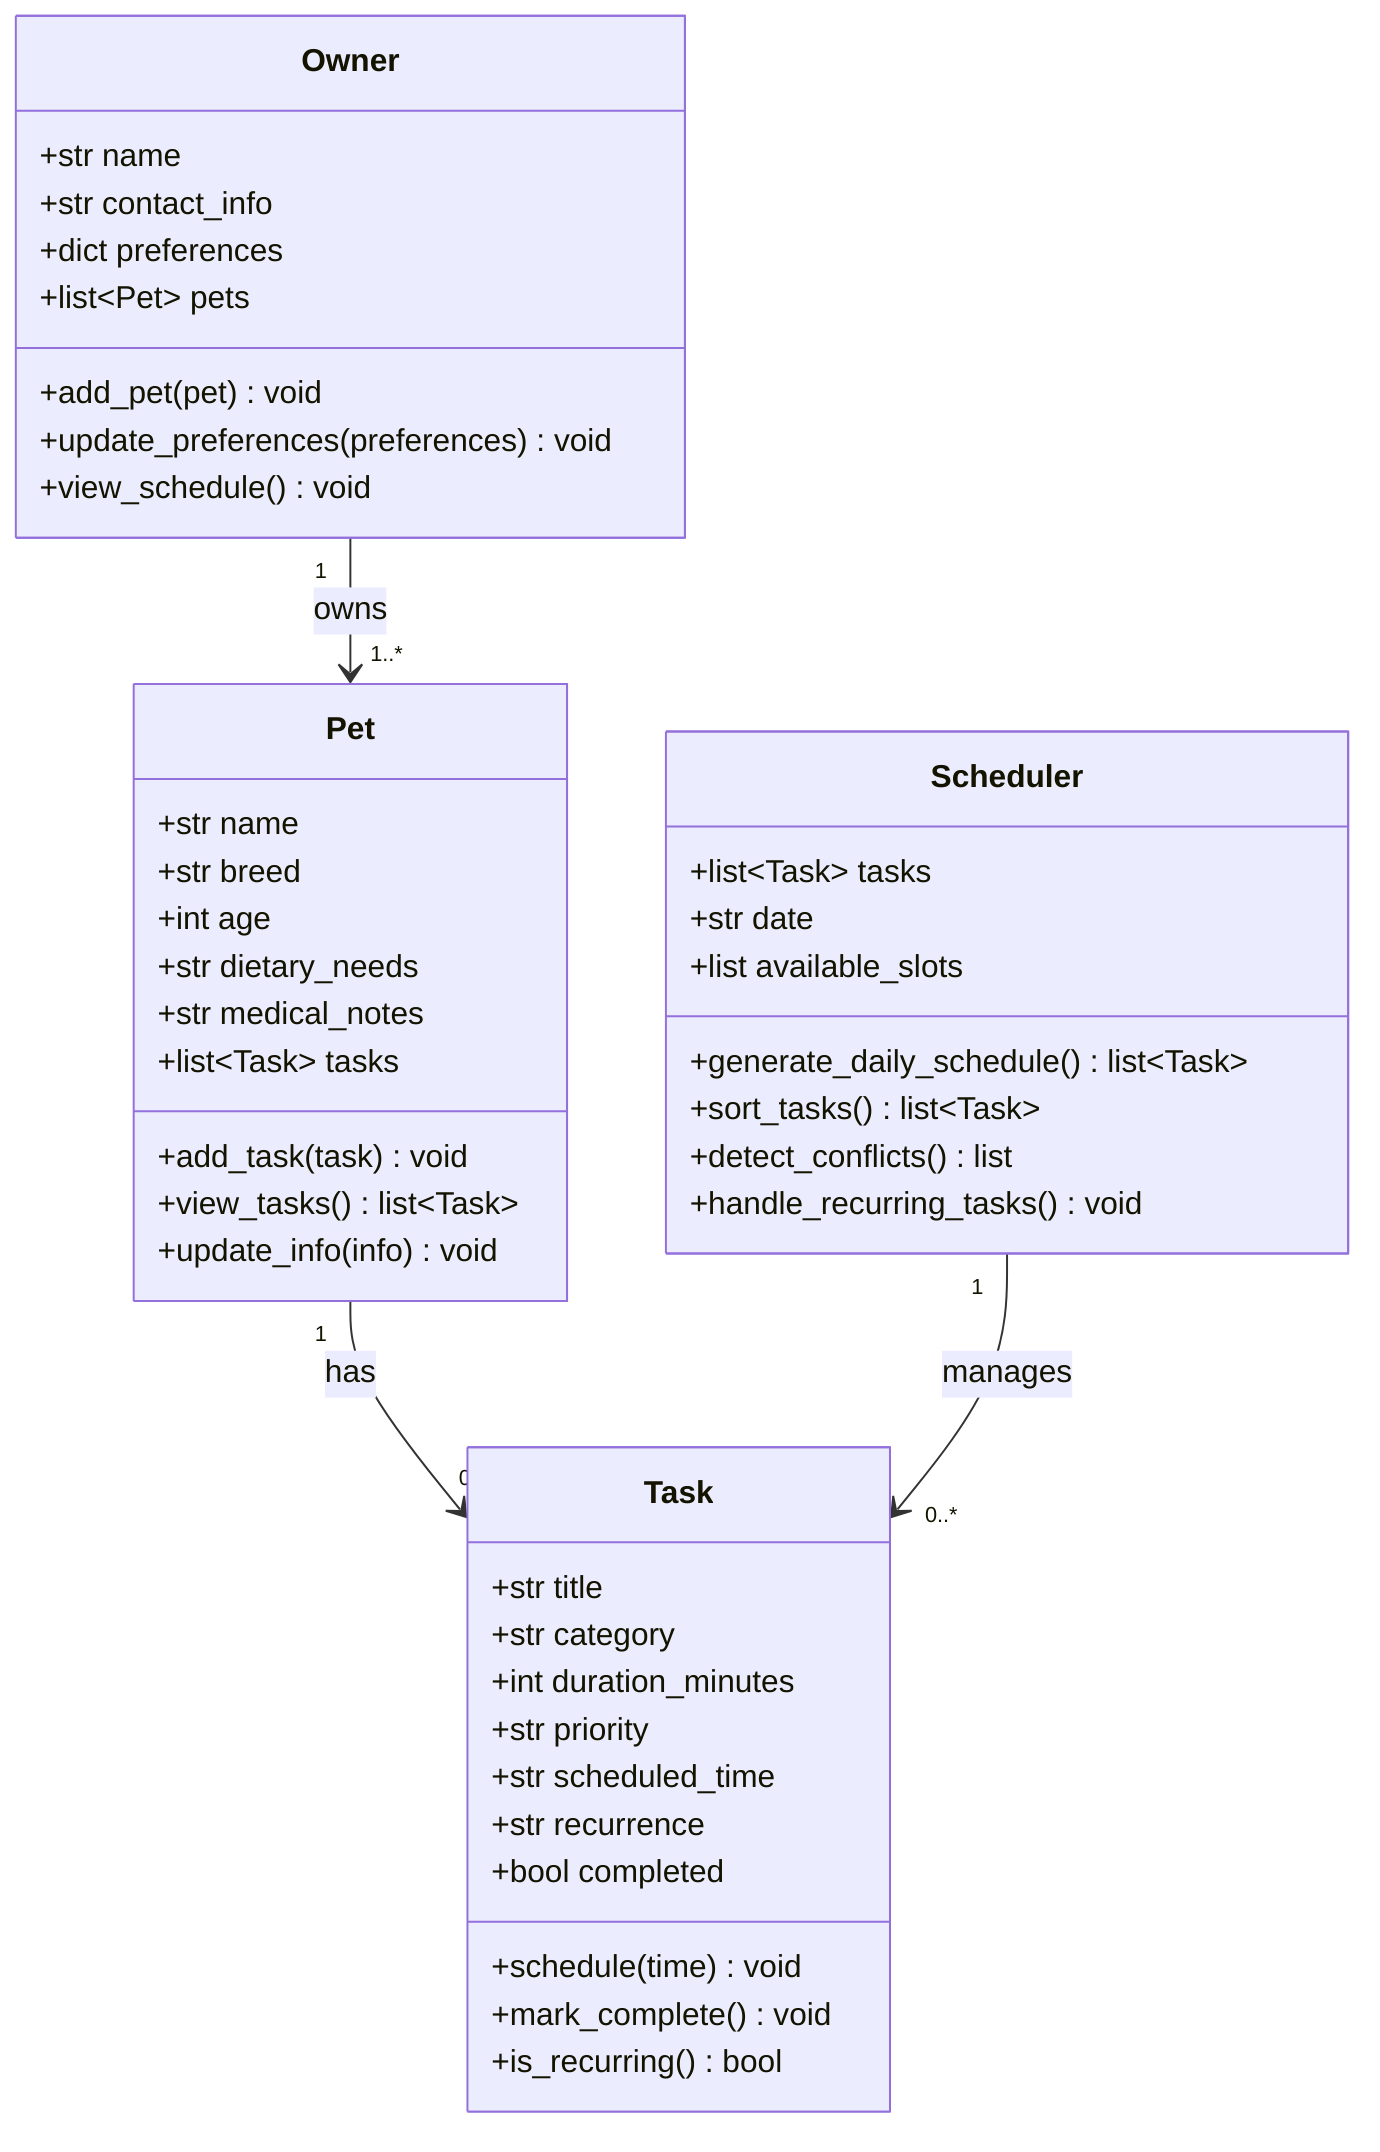
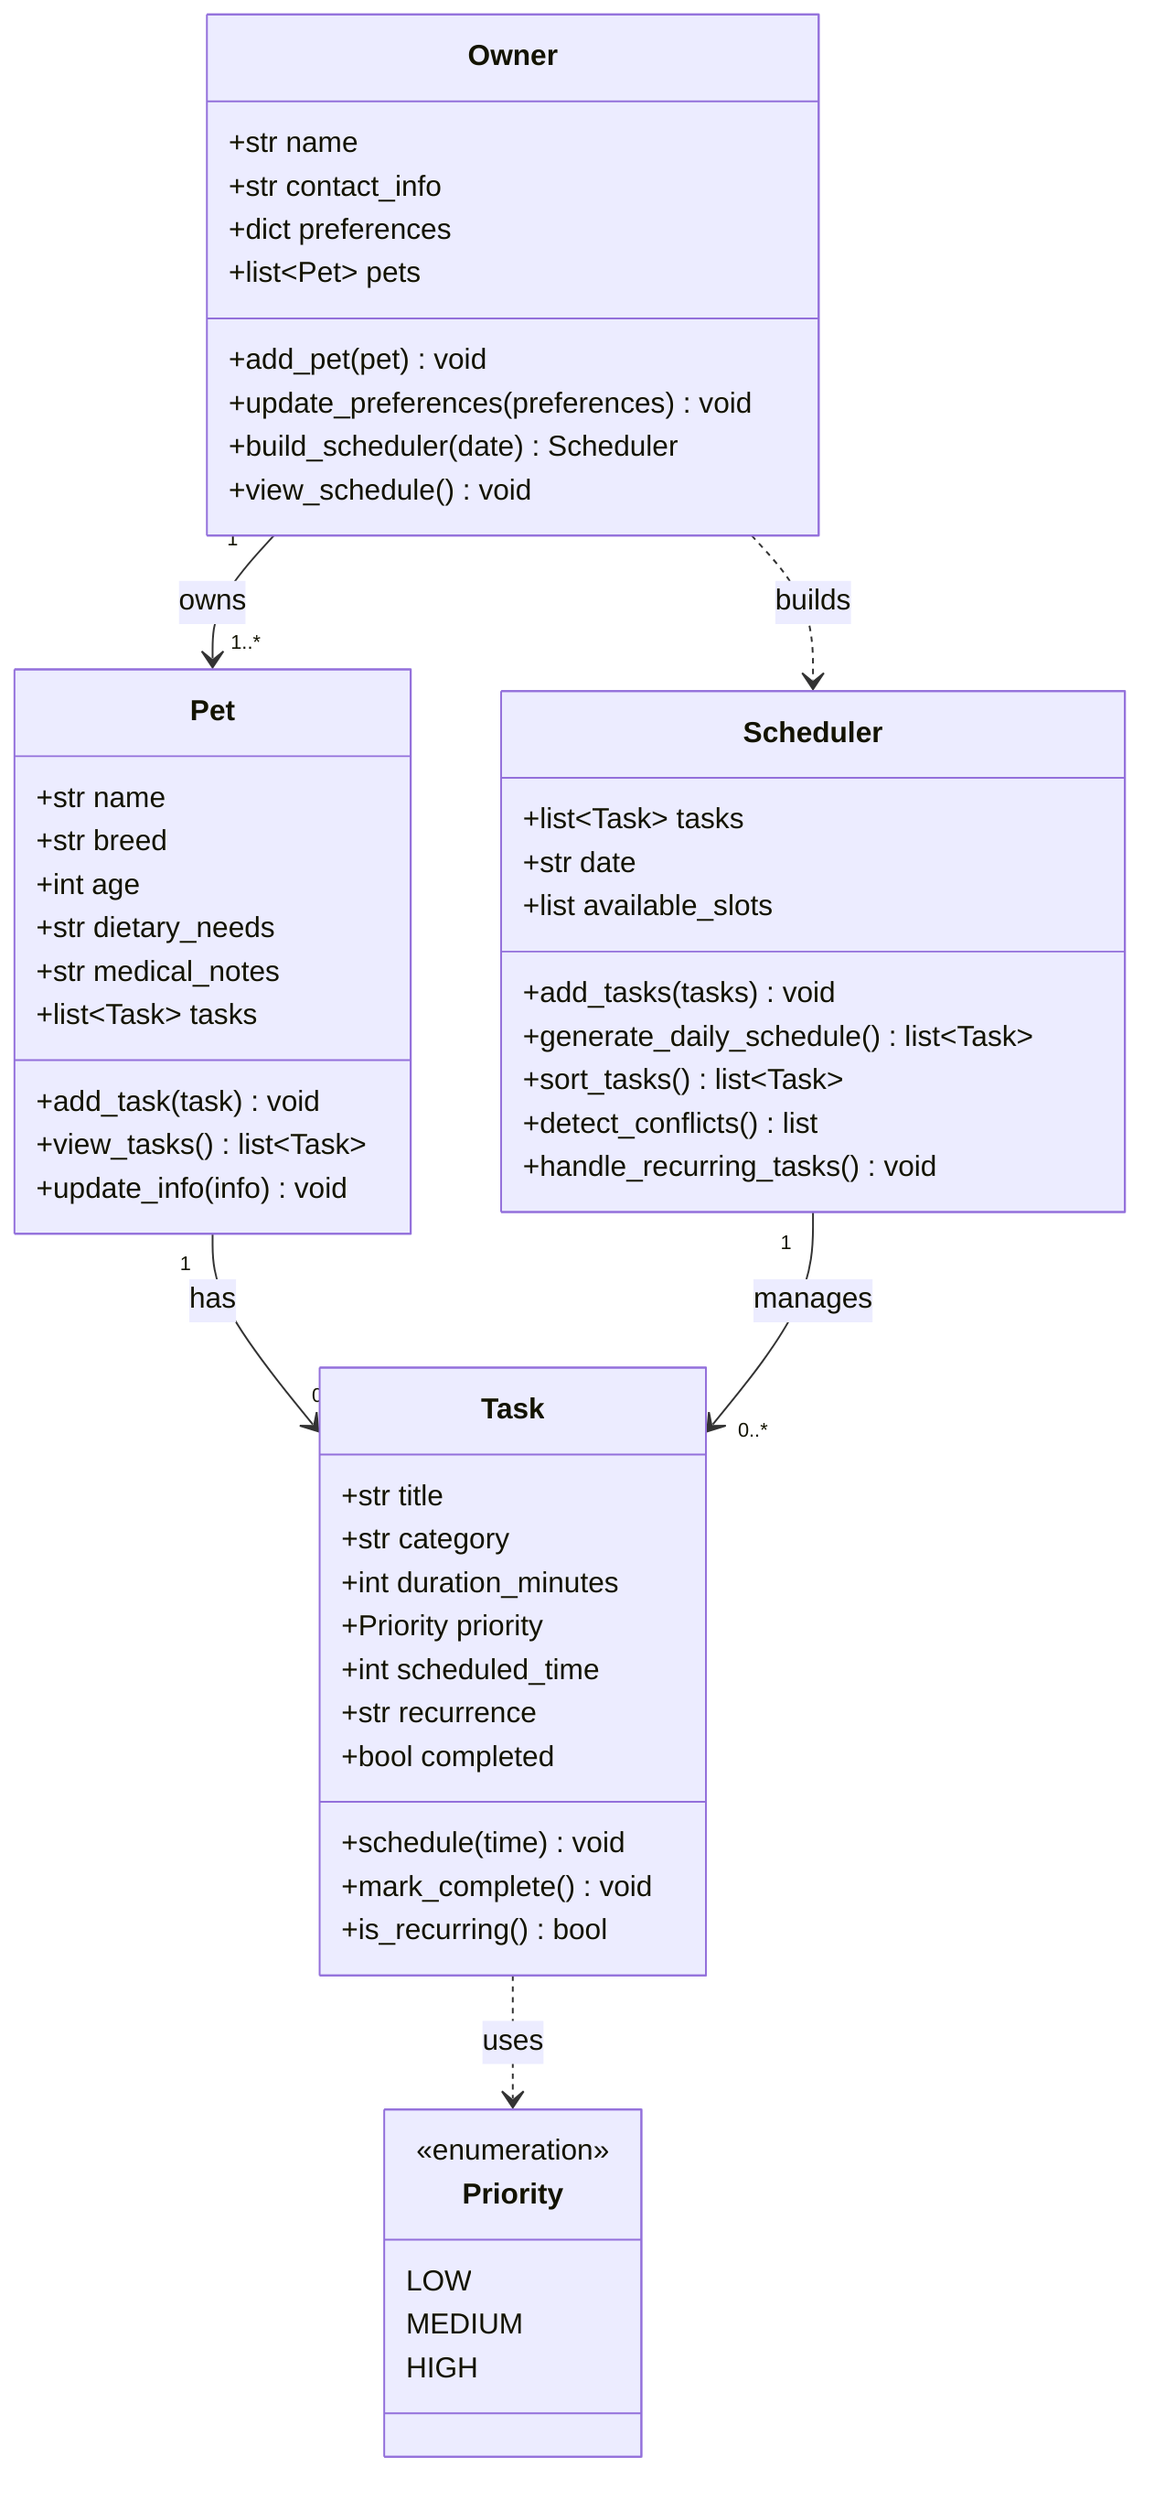
classDiagram
+     class Priority {
+         <<enumeration>>
+         LOW
+         MEDIUM
+         HIGH
+     }
+ 
    class Owner {
        +str name
        +str contact_info
        +dict preferences
        +list~Pet~ pets
        +add_pet(pet) void
        +update_preferences(preferences) void
+         +build_scheduler(date) Scheduler
        +view_schedule() void
    }

    class Pet {
        +str name
        +str breed
        +int age
        +str dietary_needs
        +str medical_notes
        +list~Task~ tasks
        +add_task(task) void
        +view_tasks() list~Task~
        +update_info(info) void
    }

    class Task {
        +str title
        +str category
        +int duration_minutes
-         +str priority
-         +str scheduled_time
+         +Priority priority
+         +int scheduled_time
        +str recurrence
        +bool completed
        +schedule(time) void
        +mark_complete() void
        +is_recurring() bool
    }

    class Scheduler {
        +list~Task~ tasks
        +str date
        +list available_slots
+         +add_tasks(tasks) void
        +generate_daily_schedule() list~Task~
        +sort_tasks() list~Task~
        +detect_conflicts() list
        +handle_recurring_tasks() void
    }

    Owner "1" --> "1..*" Pet : owns
    Pet "1" --> "0..*" Task : has
    Scheduler "1" --> "0..*" Task : manages
+     Owner ..> Scheduler : builds
+     Task ..> Priority : uses
